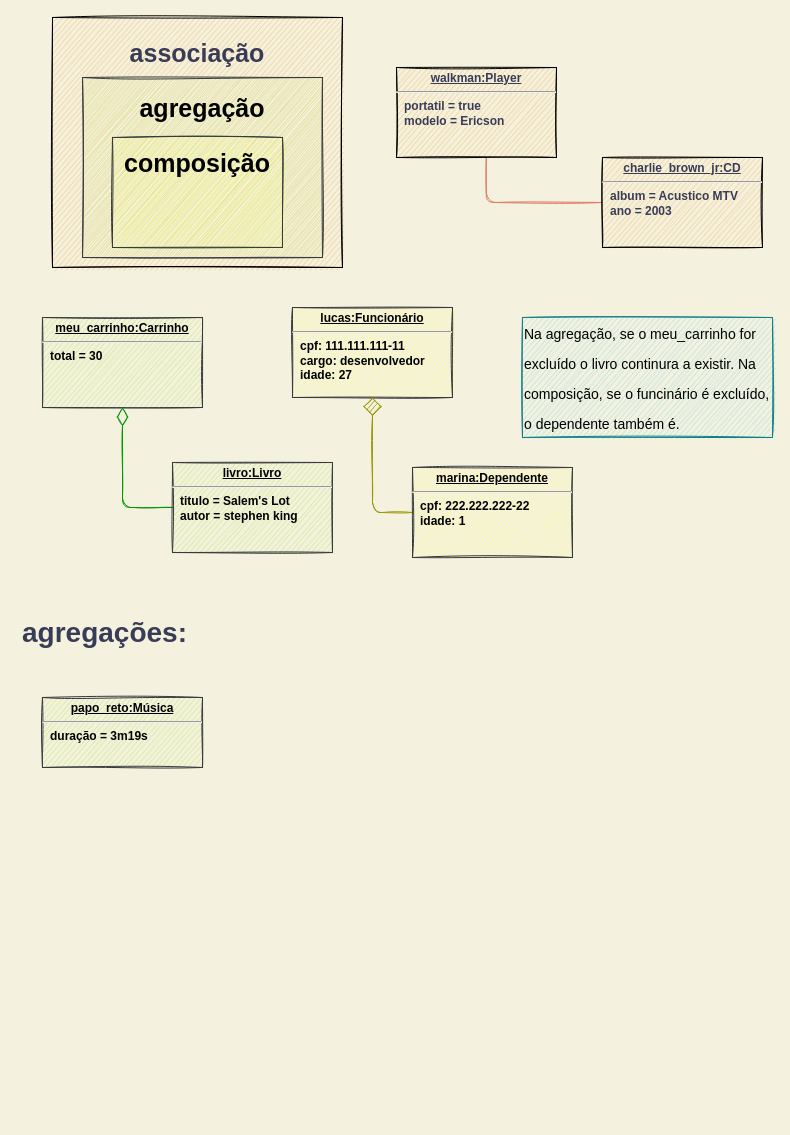
Earlier version of the draw.io diagram Cap05 - Associações, agregação, modelagem com diagramas e implementação/diagramas.drawio (ludico1959/ifrs-poo). Source tidied: cells renumbered, new cells numbered last; positions are measured from the earlier drawing's top-left corner, leaving out a move shared by most shapes. Both pictures are drawn from the tidied source at 100%, with x=0, y=0 at pixel (17, 17).
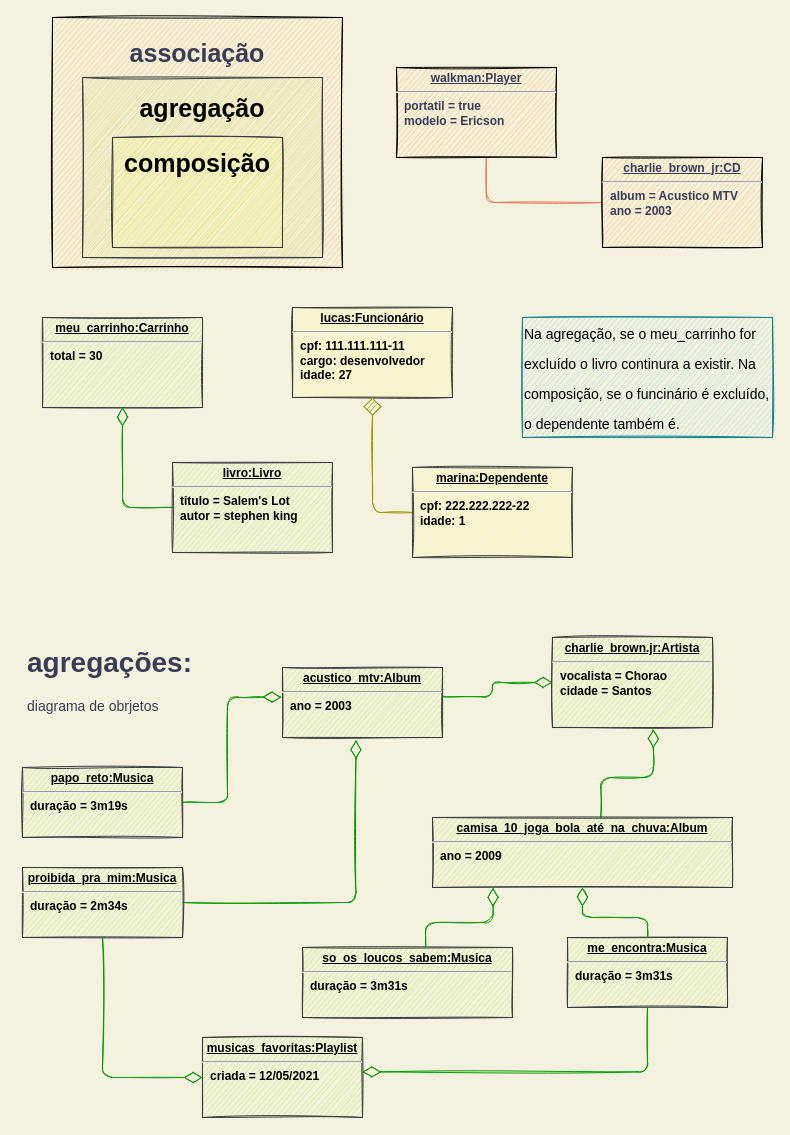
Above is the later version.

What changed in the source:
```diff
@@
-    <mxCell id="15" value="&lt;p style=&quot;margin:0px;margin-top:4px;text-align:center;text-decoration:underline;&quot;&gt;&lt;b&gt;papo_reto:Música&lt;/b&gt;&lt;/p&gt;&lt;hr&gt;&lt;p style=&quot;margin:0px;margin-left:8px;&quot;&gt;&lt;b&gt;duração = 3m19s&lt;/b&gt;&lt;/p&gt;" style="verticalAlign=top;align=left;overflow=fill;fontSize=12;fontFamily=Helvetica;html=1;rounded=0;glass=0;sketch=1;strokeColor=#36393d;strokeWidth=1;fillColor=#cdeb8b;" parent="1" vertex="1">
-      <mxGeometry x="25" y="680" width="160" height="70" as="geometry" />
+    <mxCell id="15" value="&lt;p style=&quot;margin:0px;margin-top:4px;text-align:center;text-decoration:underline;&quot;&gt;&lt;b&gt;papo_reto:Musica&lt;/b&gt;&lt;/p&gt;&lt;hr&gt;&lt;p style=&quot;margin:0px;margin-left:8px;&quot;&gt;&lt;b&gt;duração = 3m19s&lt;/b&gt;&lt;/p&gt;" style="verticalAlign=top;align=left;overflow=fill;fontSize=12;fontFamily=Helvetica;html=1;rounded=0;glass=0;sketch=1;strokeColor=#36393d;strokeWidth=1;fillColor=#cdeb8b;" parent="1" vertex="1">
+      <mxGeometry x="5" y="750" width="160" height="70" as="geometry" />
     </mxCell>
-    <mxCell id="16" value="&lt;h1&gt;agregações:&lt;/h1&gt;" style="text;html=1;strokeColor=none;fillColor=none;spacing=5;spacingTop=-20;whiteSpace=wrap;overflow=hidden;rounded=0;shadow=0;glass=0;sketch=1;fontSize=14;fontColor=#393C56;" parent="1" vertex="1">
-      <mxGeometry y="590" width="190" height="50" as="geometry" />
+    <mxCell id="16" value="&lt;h1&gt;agregações:&lt;/h1&gt;&lt;div&gt;diagrama de obrjetos&lt;/div&gt;" style="text;html=1;strokeColor=none;fillColor=none;spacing=5;spacingTop=-20;whiteSpace=wrap;overflow=hidden;rounded=0;shadow=0;glass=0;sketch=1;fontSize=14;fontColor=#393C56;" parent="1" vertex="1">
+      <mxGeometry x="5" y="620" width="190" height="80" as="geometry" />
     </mxCell>
+    <mxCell id="17" value="&lt;p style=&quot;margin:0px;margin-top:4px;text-align:center;text-decoration:underline;&quot;&gt;&lt;b&gt;proibida_pra_mim:Musica&lt;/b&gt;&lt;/p&gt;&lt;hr&gt;&lt;p style=&quot;margin:0px;margin-left:8px;&quot;&gt;&lt;b&gt;duração = 2m34s&lt;/b&gt;&lt;/p&gt;" style="verticalAlign=top;align=left;overflow=fill;fontSize=12;fontFamily=Helvetica;html=1;rounded=0;glass=0;sketch=1;strokeColor=#36393d;strokeWidth=1;fillColor=#cdeb8b;" parent="1" vertex="1">
+      <mxGeometry x="5" y="850" width="160" height="70" as="geometry" />
+    </mxCell>
+    <mxCell id="18" value="&lt;p style=&quot;margin:0px;margin-top:4px;text-align:center;text-decoration:underline;&quot;&gt;&lt;b&gt;charlie_brown.jr:Artista&lt;/b&gt;&lt;/p&gt;&lt;hr&gt;&lt;p style=&quot;margin:0px;margin-left:8px;&quot;&gt;&lt;b&gt;vocalista = Chorao&lt;/b&gt;&lt;/p&gt;&lt;p style=&quot;margin:0px;margin-left:8px;&quot;&gt;&lt;b&gt;cidade = Santos&lt;/b&gt;&lt;/p&gt;" style="verticalAlign=top;align=left;overflow=fill;fontSize=12;fontFamily=Helvetica;html=1;rounded=0;glass=0;sketch=1;strokeColor=#36393d;strokeWidth=1;fillColor=#cdeb8b;" parent="1" vertex="1">
+      <mxGeometry x="535" y="620" width="160" height="90" as="geometry" />
+    </mxCell>
+    <mxCell id="19" value="&lt;p style=&quot;margin:0px;margin-top:4px;text-align:center;text-decoration:underline;&quot;&gt;&lt;b&gt;acustico_mtv:Album&lt;/b&gt;&lt;/p&gt;&lt;hr&gt;&lt;p style=&quot;margin:0px;margin-left:8px;&quot;&gt;&lt;b&gt;ano = 2003&lt;/b&gt;&lt;/p&gt;" style="verticalAlign=top;align=left;overflow=fill;fontSize=12;fontFamily=Helvetica;html=1;rounded=0;glass=0;sketch=1;strokeColor=#36393d;strokeWidth=1;fillColor=#cdeb8b;" parent="1" vertex="1">
+      <mxGeometry x="265" y="650" width="160" height="70" as="geometry" />
+    </mxCell>
+    <mxCell id="20" style="edgeStyle=orthogonalEdgeStyle;rounded=1;sketch=1;jettySize=auto;html=1;exitX=1;exitY=0.5;exitDx=0;exitDy=0;entryX=-0.006;entryY=0.423;entryDx=0;entryDy=0;fontSize=25;fontColor=#393C56;endArrow=diamondThin;endFill=0;strokeColor=#009900;fillColor=#F2CC8F;endSize=16;entryPerimeter=0;" parent="1" edge="1" source="15" target="19">
+      <mxGeometry relative="1" as="geometry" />
+    </mxCell>
+    <mxCell id="21" style="edgeStyle=orthogonalEdgeStyle;rounded=1;sketch=1;jettySize=auto;html=1;exitX=1;exitY=0.5;exitDx=0;exitDy=0;entryX=0.459;entryY=1.038;entryDx=0;entryDy=0;fontSize=25;fontColor=#393C56;endArrow=diamondThin;endFill=0;strokeColor=#009900;fillColor=#F2CC8F;endSize=16;entryPerimeter=0;" parent="1" edge="1" source="17" target="19">
+      <mxGeometry relative="1" as="geometry" />
+    </mxCell>
+    <mxCell id="22" style="edgeStyle=orthogonalEdgeStyle;rounded=1;sketch=1;jettySize=auto;html=1;exitX=1.007;exitY=0.418;exitDx=0;exitDy=0;entryX=0;entryY=0.5;entryDx=0;entryDy=0;fontSize=25;fontColor=#393C56;endArrow=diamondThin;endFill=0;strokeColor=#009900;fillColor=#F2CC8F;endSize=16;exitPerimeter=0;" parent="1" edge="1" source="19" target="18">
+      <mxGeometry relative="1" as="geometry" />
+    </mxCell>
+    <mxCell id="23" value="&lt;p style=&quot;margin:0px;margin-top:4px;text-align:center;text-decoration:underline;&quot;&gt;&lt;b&gt;musicas_favoritas:Playlist&lt;/b&gt;&lt;/p&gt;&lt;hr&gt;&lt;p style=&quot;margin:0px;margin-left:8px;&quot;&gt;&lt;b&gt;criada = 12/05/2021&lt;/b&gt;&lt;/p&gt;" style="verticalAlign=top;align=left;overflow=fill;fontSize=12;fontFamily=Helvetica;html=1;rounded=0;glass=0;sketch=1;strokeColor=#36393d;strokeWidth=1;fillColor=#cdeb8b;" parent="1" vertex="1">
+      <mxGeometry x="185" y="1020" width="160" height="80" as="geometry" />
+    </mxCell>
+    <mxCell id="24" style="edgeStyle=orthogonalEdgeStyle;rounded=1;sketch=1;jettySize=auto;html=1;exitX=0.5;exitY=1;exitDx=0;exitDy=0;entryX=0;entryY=0.5;entryDx=0;entryDy=0;fontSize=25;fontColor=#393C56;endArrow=diamondThin;endFill=0;strokeColor=#009900;fillColor=#F2CC8F;endSize=16;" parent="1" edge="1" source="17" target="23">
+      <mxGeometry relative="1" as="geometry" />
+    </mxCell>
+    <mxCell id="25" value="&lt;p style=&quot;margin:0px;margin-top:4px;text-align:center;text-decoration:underline;&quot;&gt;&lt;b&gt;camisa_10_joga_bola_até_na_chuva:Album&lt;/b&gt;&lt;/p&gt;&lt;hr&gt;&lt;p style=&quot;margin:0px;margin-left:8px;&quot;&gt;&lt;b&gt;ano = 2009&lt;/b&gt;&lt;/p&gt;" style="verticalAlign=top;align=left;overflow=fill;fontSize=12;fontFamily=Helvetica;html=1;rounded=0;glass=0;sketch=1;strokeColor=#36393d;strokeWidth=1;fillColor=#cdeb8b;" parent="1" vertex="1">
+      <mxGeometry x="415" y="800" width="300" height="70" as="geometry" />
+    </mxCell>
+    <mxCell id="26" value="&lt;p style=&quot;margin:0px;margin-top:4px;text-align:center;text-decoration:underline;&quot;&gt;&lt;b&gt;me_encontra:Musica&lt;/b&gt;&lt;/p&gt;&lt;hr&gt;&lt;p style=&quot;margin:0px;margin-left:8px;&quot;&gt;&lt;b&gt;duração = 3m31s&lt;/b&gt;&lt;/p&gt;" style="verticalAlign=top;align=left;overflow=fill;fontSize=12;fontFamily=Helvetica;html=1;rounded=0;glass=0;sketch=1;strokeColor=#36393d;strokeWidth=1;fillColor=#cdeb8b;" parent="1" vertex="1">
+      <mxGeometry x="550" y="920" width="160" height="70" as="geometry" />
+    </mxCell>
+    <mxCell id="27" style="edgeStyle=orthogonalEdgeStyle;rounded=1;sketch=1;jettySize=auto;html=1;exitX=0.5;exitY=0;exitDx=0;exitDy=0;entryX=0.5;entryY=1;entryDx=0;entryDy=0;fontSize=25;fontColor=#393C56;endArrow=diamondThin;endFill=0;strokeColor=#009900;fillColor=#F2CC8F;endSize=16;" parent="1" edge="1" source="26" target="25">
+      <mxGeometry relative="1" as="geometry" />
+    </mxCell>
+    <mxCell id="28" style="edgeStyle=orthogonalEdgeStyle;rounded=1;sketch=1;jettySize=auto;html=1;exitX=0.5;exitY=1;exitDx=0;exitDy=0;entryX=0.998;entryY=0.43;entryDx=0;entryDy=0;fontSize=25;fontColor=#393C56;endArrow=diamondThin;endFill=0;strokeColor=#009900;fillColor=#F2CC8F;endSize=16;entryPerimeter=0;" parent="1" edge="1" source="26" target="23">
+      <mxGeometry relative="1" as="geometry" />
+    </mxCell>
+    <mxCell id="29" style="edgeStyle=orthogonalEdgeStyle;rounded=1;sketch=1;jettySize=auto;html=1;exitX=0.561;exitY=0.009;exitDx=0;exitDy=0;entryX=0.63;entryY=1.018;entryDx=0;entryDy=0;fontSize=25;fontColor=#393C56;endArrow=diamondThin;endFill=0;strokeColor=#009900;fillColor=#F2CC8F;endSize=16;exitPerimeter=0;entryPerimeter=0;" parent="1" edge="1" source="25" target="18">
+      <mxGeometry relative="1" as="geometry" />
+    </mxCell>
+    <mxCell id="30" value="&lt;p style=&quot;margin:0px;margin-top:4px;text-align:center;text-decoration:underline;&quot;&gt;&lt;b&gt;so_os_loucos_sabem:Musica&lt;/b&gt;&lt;/p&gt;&lt;hr&gt;&lt;p style=&quot;margin:0px;margin-left:8px;&quot;&gt;&lt;b&gt;duração = 3m31s&lt;/b&gt;&lt;/p&gt;" style="verticalAlign=top;align=left;overflow=fill;fontSize=12;fontFamily=Helvetica;html=1;rounded=0;glass=0;sketch=1;strokeColor=#36393d;strokeWidth=1;fillColor=#cdeb8b;" parent="1" vertex="1">
+      <mxGeometry x="285" y="930" width="210" height="70" as="geometry" />
+    </mxCell>
+    <mxCell id="31" style="edgeStyle=orthogonalEdgeStyle;rounded=1;sketch=1;jettySize=auto;html=1;exitX=0.586;exitY=-0.001;exitDx=0;exitDy=0;entryX=0.202;entryY=1.004;entryDx=0;entryDy=0;fontSize=25;fontColor=#393C56;endArrow=diamondThin;endFill=0;strokeColor=#009900;fillColor=#F2CC8F;endSize=16;exitPerimeter=0;entryPerimeter=0;" parent="1" edge="1" source="30" target="25">
+      <mxGeometry relative="1" as="geometry" />
+    </mxCell>
```
